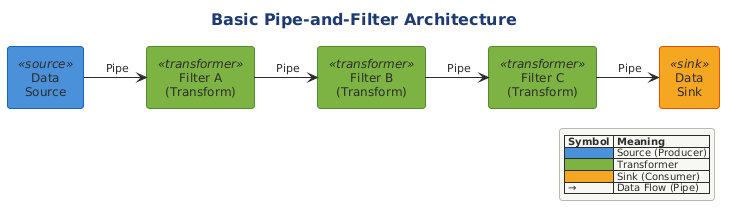
Earlier version of the PlantUML export src/architecture/views-and-beyond/style-catalogs/component-and-connector/pipe-and-filter-style/png/basic-pipe-and-filter-architecture.png (Notoriousjayy/latex-docs). Its diagram source:
```plantuml
@startuml

!$SOURCE_COLOR = "#4A90D9"
!$TRANSFORMER_COLOR = "#7CB342"
!$SINK_COLOR = "#F5A623"
!$SPLITTER_COLOR = "#00ACC1"
!$AGGREGATOR_COLOR = "#AB47BC"
!$ERROR_COLOR = "#EF5350"
!$TEE_COLOR = "#FF7043"
!$NEUTRAL_COLOR = "#455A64"

skinparam component {
    BackgroundColor #7CB342
    FontColor white
    BorderColor #558B2F
    BorderThickness 1
}

skinparam component<<source>> {
    BackgroundColor #4A90D9
    BorderColor #1565C0
}

skinparam component<<sink>> {
    BackgroundColor #F5A623
    BorderColor #E65100
}

skinparam component<<transformer>> {
    BackgroundColor #7CB342
    BorderColor #558B2F
}

skinparam component<<splitter>> {
    BackgroundColor #00ACC1
    BorderColor #00838F
}

skinparam component<<aggregator>> {
    BackgroundColor #AB47BC
    BorderColor #7B1FA2
}

skinparam component<<error>> {
    BackgroundColor #EF5350
    BorderColor #C62828
}

skinparam component<<tee>> {
    BackgroundColor #FF7043
    BorderColor #D84315
}

skinparam rectangle {
    BackgroundColor #FAFAFA
    BorderColor #90A4AE
    BorderThickness 1
}

skinparam package {
    BackgroundColor #F5F5F5
    BorderColor #666666
}

skinparam queue {
    BackgroundColor #FFF9C4
    BorderColor #F9A825
}




!include ../../../../../../tooling/styles/plantuml/structural/component-diagram-style.iuml

title Basic Pipe-and-Filter Architecture

[Data\nSource] <<source>> as Source
[Filter A\n(Transform)] <<transformer>> as FilterA
[Filter B\n(Transform)] <<transformer>> as FilterB
[Filter C\n(Transform)] <<transformer>> as FilterC
[Data\nSink] <<sink>> as Sink

Source -right-> FilterA : " Pipe "
FilterA -right-> FilterB : " Pipe "
FilterB -right-> FilterC : " Pipe "
FilterC -right-> Sink : " Pipe "

legend right
  |= Symbol |= Meaning |
  | <#4A90D9> | Source (Producer) |
  | <#7CB342> | Transformer |
  | <#F5A623> | Sink (Consumer) |
  | → | Data Flow (Pipe) |
endlegend

@enduml
```
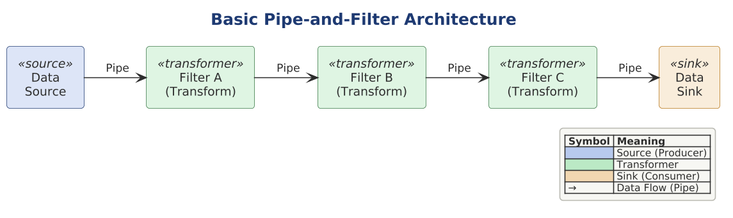
The same diagram one commit later.

What changed in the source:
```diff
@@ -1,76 +1,8 @@
 @startuml
-
-!$SOURCE_COLOR = "#4A90D9"
-!$TRANSFORMER_COLOR = "#7CB342"
-!$SINK_COLOR = "#F5A623"
-!$SPLITTER_COLOR = "#00ACC1"
-!$AGGREGATOR_COLOR = "#AB47BC"
-!$ERROR_COLOR = "#EF5350"
-!$TEE_COLOR = "#FF7043"
-!$NEUTRAL_COLOR = "#455A64"
-
-skinparam component {
-    BackgroundColor #7CB342
-    FontColor white
-    BorderColor #558B2F
-    BorderThickness 1
-}
-
-skinparam component<<source>> {
-    BackgroundColor #4A90D9
-    BorderColor #1565C0
-}
-
-skinparam component<<sink>> {
-    BackgroundColor #F5A623
-    BorderColor #E65100
-}
-
-skinparam component<<transformer>> {
-    BackgroundColor #7CB342
-    BorderColor #558B2F
-}
-
-skinparam component<<splitter>> {
-    BackgroundColor #00ACC1
-    BorderColor #00838F
-}
-
-skinparam component<<aggregator>> {
-    BackgroundColor #AB47BC
-    BorderColor #7B1FA2
-}
-
-skinparam component<<error>> {
-    BackgroundColor #EF5350
-    BorderColor #C62828
-}
-
-skinparam component<<tee>> {
-    BackgroundColor #FF7043
-    BorderColor #D84315
-}
-
-skinparam rectangle {
-    BackgroundColor #FAFAFA
-    BorderColor #90A4AE
-    BorderThickness 1
-}
-
-skinparam package {
-    BackgroundColor #F5F5F5
-    BorderColor #666666
-}
-
-skinparam queue {
-    BackgroundColor #FFF9C4
-    BorderColor #F9A825
-}
-
-
-
+skinparam dpi 150
 
 !include ../../../../../../tooling/styles/plantuml/structural/component-diagram-style.iuml
+!include pipe-and-filter-roles.iuml
 
 title Basic Pipe-and-Filter Architecture
 
@@ -87,9 +19,9 @@
 
 legend right
   |= Symbol |= Meaning |
-  | <#4A90D9> | Source (Producer) |
-  | <#7CB342> | Transformer |
-  | <#F5A623> | Sink (Consumer) |
+  | <$deep_primary> | Source (Producer) |
+  | <$deep_ok> | Transformer |
+  | <$deep_caution> | Sink (Consumer) |
   | → | Data Flow (Pipe) |
 endlegend
 
```
